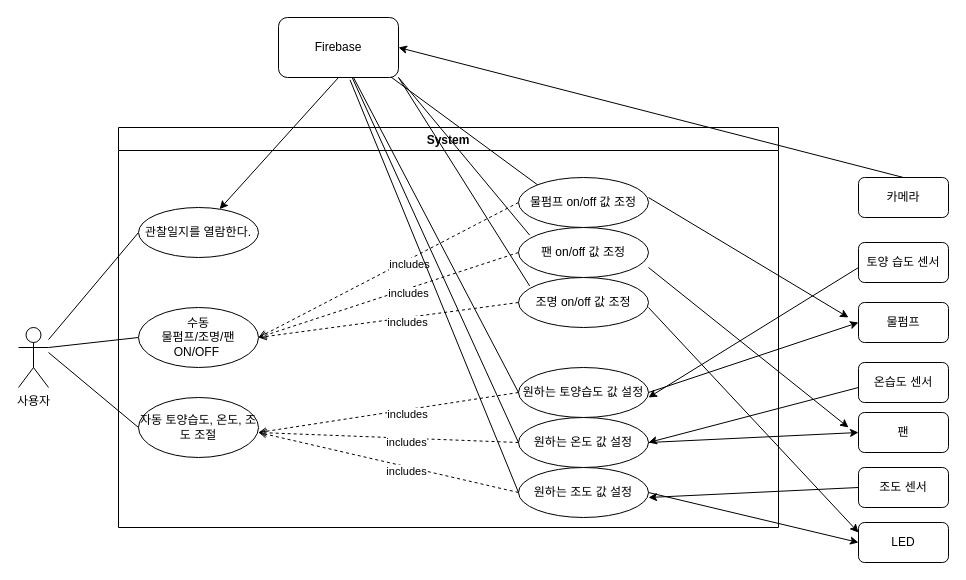
sonmyungwon/Software-Development keeps this draw.io diagram as 4주차/유스케이스.drawio. Above is the earlier version. Source tidied: cells renumbered, new cells numbered last; positions are measured from the earlier drawing's top-left corner, leaving out a move shared by most shapes. Both pictures are drawn from the tidied source at 100%, with x=0, y=0 at pixel (18, 17).
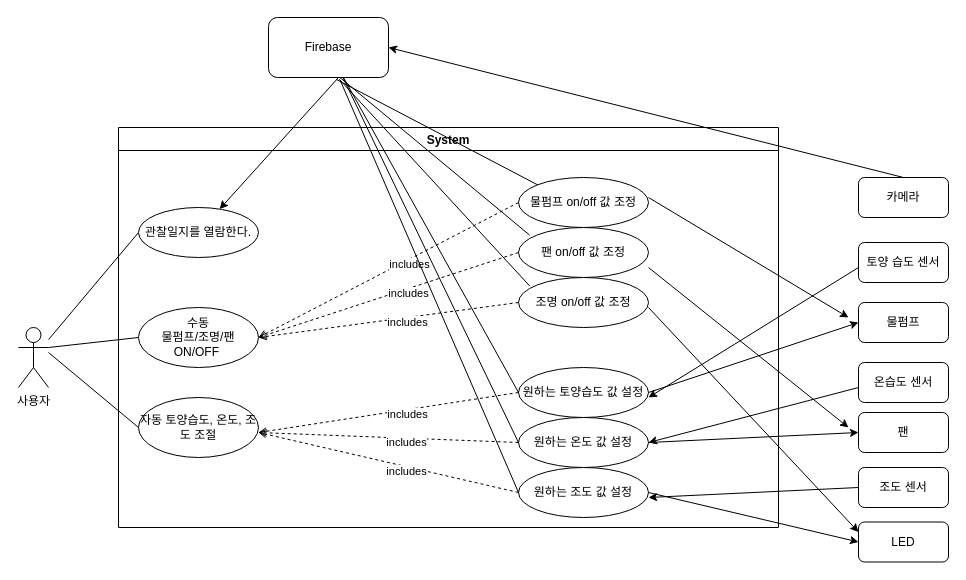
Above is the later version.

Commit message:
유스케이스.drawio 업데이트

Unchanged cells that the change refers to:
```xml
<mxCell id="6" value="System" style="swimlane;" parent="1" vertex="1">
  <mxGeometry x="100" y="110" width="660" height="400" as="geometry" />
</mxCell>
<mxCell id="8" value="물펌프 on/off 값 조정" style="ellipse;whiteSpace=wrap;html=1;" parent="6" vertex="1">
  <mxGeometry x="400" y="50" width="130" height="50" as="geometry" />
</mxCell>
<mxCell id="9" value="조명 on/off 값 조정" style="ellipse;whiteSpace=wrap;html=1;" parent="6" vertex="1">
  <mxGeometry x="400" y="150" width="130" height="50" as="geometry" />
</mxCell>
<mxCell id="10" value="팬 on/off 값 조정" style="ellipse;whiteSpace=wrap;html=1;" parent="6" vertex="1">
  <mxGeometry x="400" y="100" width="130" height="50" as="geometry" />
</mxCell>
```

Diff of the diagram source:
```diff
@@
-    <mxCell id="29" style="endArrow=none;html=1;rounded=0;entryX=0.627;entryY=1.008;entryDx=0;entryDy=0;exitX=0;exitY=0;exitDx=0;exitDy=0;entryPerimeter=0;" parent="6" edge="1" source="8">
-      <mxGeometry relative="1" as="geometry">
-        <mxPoint x="270" y="-52.3" as="targetPoint" />
-      </mxGeometry>
-    </mxCell>
@@
     <mxCell id="34" value="LED" style="rounded=1;whiteSpace=wrap;html=1;" parent="1" vertex="1">
-      <mxGeometry x="840" y="505" width="90" height="40" as="geometry" />
+      <mxGeometry x="840" y="504.5" width="90" height="40" as="geometry" />
     </mxCell>
@@
     <mxCell id="39" value="Firebase" style="rounded=1;whiteSpace=wrap;html=1;" parent="1" vertex="1">
-      <mxGeometry x="260" width="120" height="60" as="geometry" />
+      <mxGeometry x="250" width="120" height="60" as="geometry" />
     </mxCell>
@@
-    <mxCell id="49" style="endArrow=none;html=1;rounded=0;entryX=1;entryY=1;entryDx=0;entryDy=0;exitX=0.086;exitY=0.153;exitDx=0;exitDy=0;exitPerimeter=0;" parent="1" edge="1" source="10" target="39">
+    <mxCell id="49" style="endArrow=none;html=1;rounded=0;entryX=0.597;entryY=1.003;entryDx=0;entryDy=0;exitX=0.086;exitY=0.153;exitDx=0;exitDy=0;exitPerimeter=0;entryPerimeter=0;" parent="1" edge="1" source="10" target="39">
       <mxGeometry relative="1" as="geometry" />
     </mxCell>
-    <mxCell id="50" style="endArrow=none;html=1;rounded=0;exitX=0.086;exitY=0.169;exitDx=0;exitDy=0;exitPerimeter=0;" parent="1" edge="1" source="9">
-      <mxGeometry relative="1" as="geometry">
-        <mxPoint x="380" y="60" as="targetPoint" />
-      </mxGeometry>
+    <mxCell id="50" style="endArrow=none;html=1;rounded=0;exitX=0.086;exitY=0.169;exitDx=0;exitDy=0;exitPerimeter=0;entryX=0.59;entryY=1.03;entryDx=0;entryDy=0;entryPerimeter=0;" parent="1" edge="1" source="9" target="39">
+      <mxGeometry relative="1" as="geometry" />
     </mxCell>
@@
+    <mxCell id="29" style="endArrow=none;html=1;rounded=0;entryX=0.563;entryY=1.03;entryDx=0;entryDy=0;exitX=0;exitY=0;exitDx=0;exitDy=0;entryPerimeter=0;" parent="1" edge="1" source="8" target="39">
+      <mxGeometry relative="1" as="geometry" />
+    </mxCell>
```
